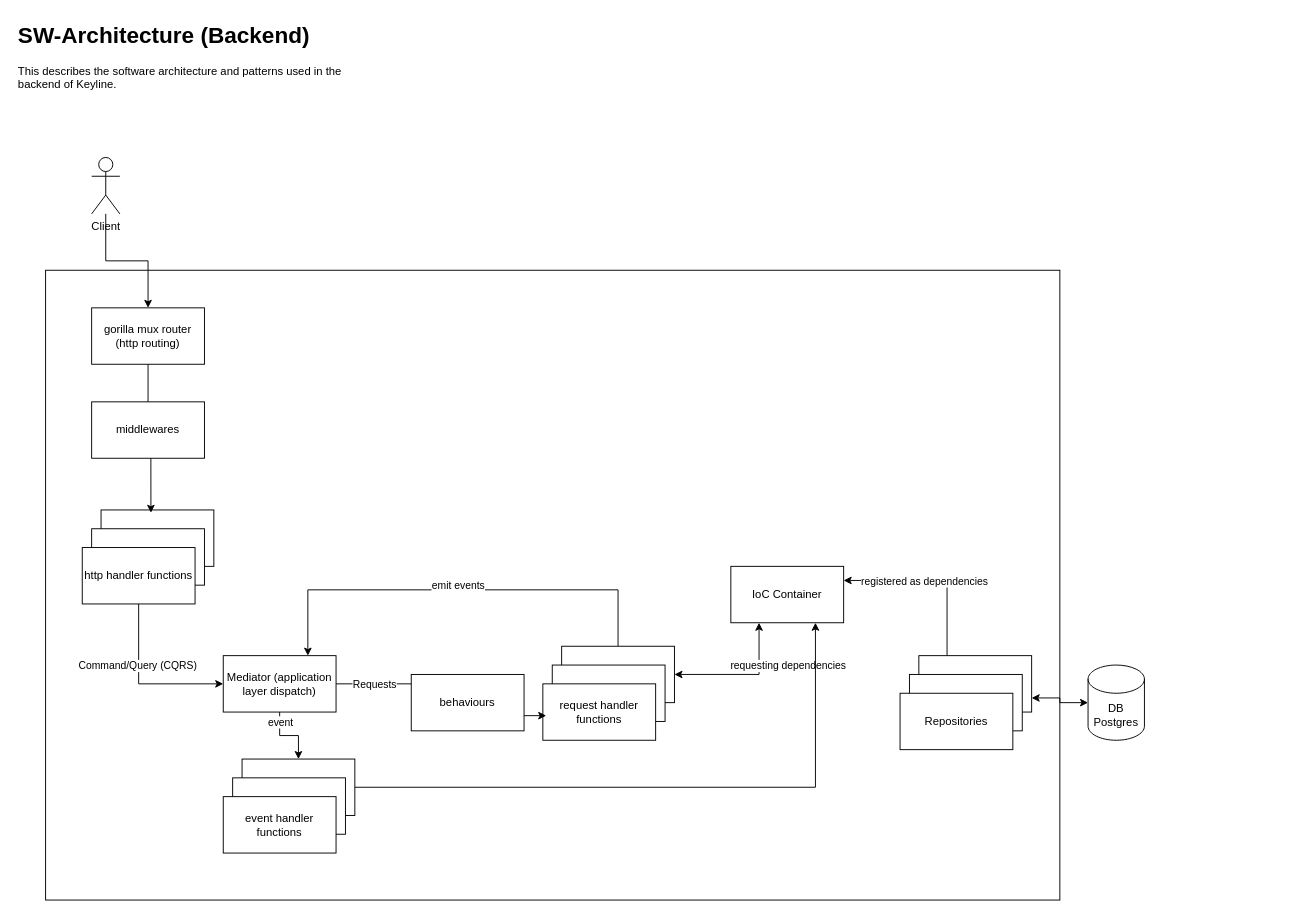
Earlier version of the draw.io diagram documentation/ApplicationArchitecture.drawio (The127/Keyline). Source tidied: cells renumbered, new cells numbered last; positions are measured from the earlier drawing's top-left corner, leaving out a move shared by most shapes. Both pictures are drawn from the tidied source at 94%, with x=0, y=0 at pixel (16, 16).
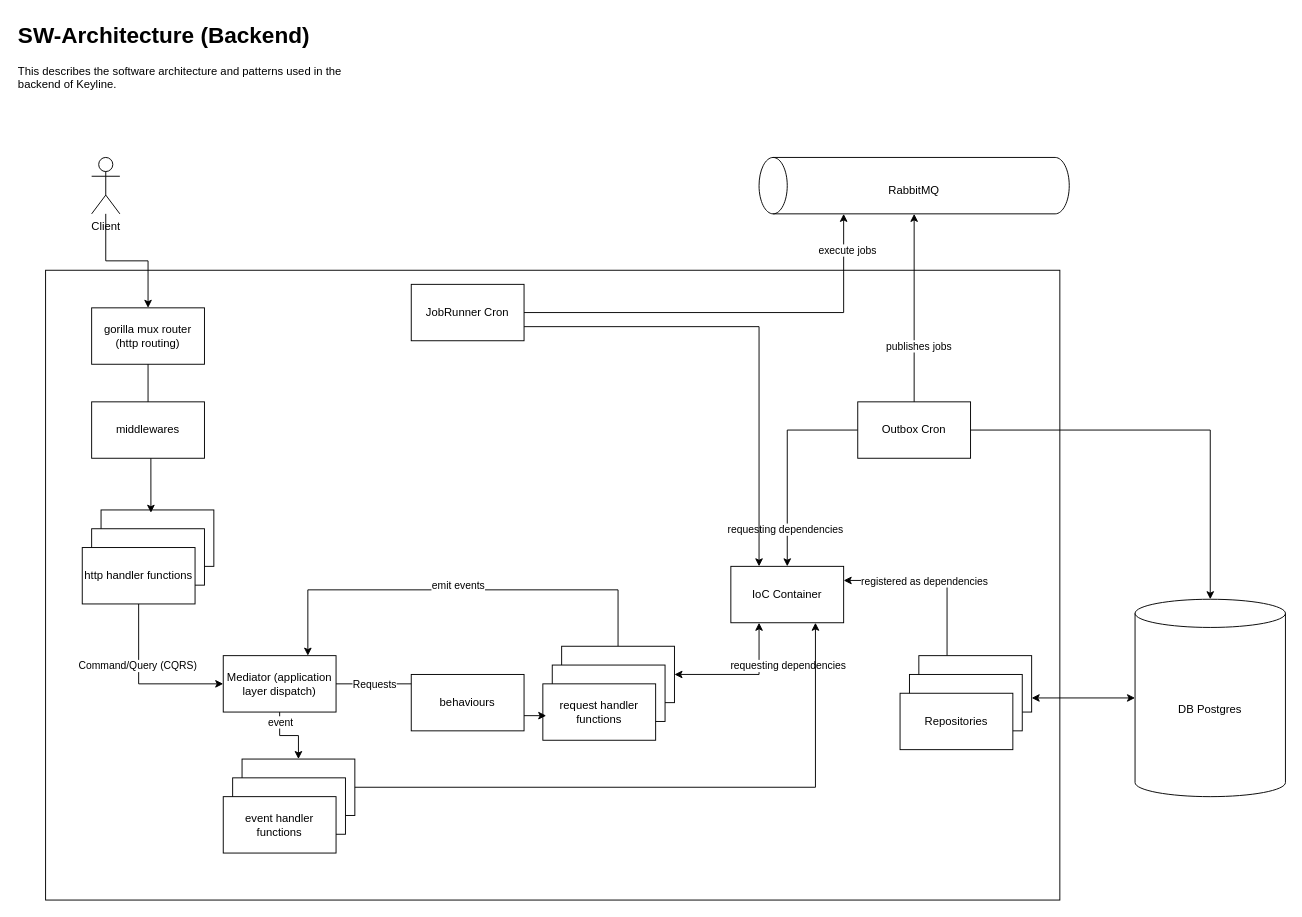
Above is the later version.

Commit message:
update architecture diagram with outbox handling

Unchanged cells that the change refers to:
```xml
<mxCell id="34" value="IoC Container" style="rounded=0;whiteSpace=wrap;html=1;" parent="1" vertex="1">
  <mxGeometry x="760" y="585" width="120" height="60" as="geometry" />
</mxCell>
```

Diff of the diagram source:
```diff
@@
     <mxCell id="28" value="DB Postgres" style="shape=cylinder3;whiteSpace=wrap;html=1;boundedLbl=1;backgroundOutline=1;size=15;" parent="1" vertex="1">
-      <mxGeometry x="1140" y="690" width="60" height="80" as="geometry" />
+      <mxGeometry x="1190" y="620" width="160" height="210" as="geometry" />
     </mxCell>
@@
+    <mxCell id="39" style="edgeStyle=orthogonalEdgeStyle;rounded=0;jettySize=auto;html=1;entryX=0.5;entryY=0;entryDx=0;entryDy=0;" parent="1" edge="1" source="40" target="34">
+      <mxGeometry relative="1" as="geometry" />
+    </mxCell>
+    <mxCell id="40" value="Outbox Cron" style="rounded=0;whiteSpace=wrap;html=1;" parent="1" vertex="1">
+      <mxGeometry x="895" y="410" width="120" height="60" as="geometry" />
+    </mxCell>
+    <mxCell id="41" style="edgeStyle=orthogonalEdgeStyle;rounded=0;jettySize=auto;html=1;entryX=0.5;entryY=0;entryDx=0;entryDy=0;entryPerimeter=0;" parent="1" edge="1" source="40" target="28">
+      <mxGeometry relative="1" as="geometry" />
+    </mxCell>
+    <mxCell id="42" style="shape=cylinder3;whiteSpace=wrap;html=1;boundedLbl=1;backgroundOutline=1;size=15;rotation=-90;" parent="1" vertex="1">
+      <mxGeometry x="925" y="15" width="60" height="330" as="geometry" />
+    </mxCell>
+    <mxCell id="43" value="RabbitMQ" style="text;html=1;align=center;verticalAlign=middle;whiteSpace=wrap;rounded=0;" parent="1" vertex="1">
+      <mxGeometry x="925" y="170" width="60" height="30" as="geometry" />
+    </mxCell>
+    <mxCell id="44" style="edgeStyle=orthogonalEdgeStyle;rounded=0;jettySize=auto;html=1;exitX=0.5;exitY=0;exitDx=0;exitDy=0;entryX=0;entryY=0.5;entryDx=0;entryDy=0;entryPerimeter=0;" parent="1" edge="1" source="40" target="42">
+      <mxGeometry relative="1" as="geometry" />
+    </mxCell>
+    <mxCell id="45" value="publishes jobs" style="edgeLabel;html=1;align=center;verticalAlign=middle;" parent="44" vertex="1">
+      <mxGeometry x="-0.4" y="-4" relative="1" as="geometry" />
+    </mxCell>
+    <mxCell id="46" value="requesting dependencies" style="edgeLabel;html=1;align=center;verticalAlign=middle;" parent="1" vertex="1">
+      <mxGeometry x="817" y="545" as="geometry" />
+    </mxCell>
+    <mxCell id="47" style="edgeStyle=orthogonalEdgeStyle;rounded=0;jettySize=auto;html=1;entryX=0.25;entryY=0;entryDx=0;entryDy=0;" parent="1" edge="1" source="48" target="34">
+      <mxGeometry relative="1" as="geometry">
+        <Array as="points">
+          <mxPoint x="790" y="330" />
+        </Array>
+      </mxGeometry>
+    </mxCell>
+    <mxCell id="48" value="JobRunner Cron" style="rounded=0;whiteSpace=wrap;html=1;" parent="1" vertex="1">
+      <mxGeometry x="420" y="285" width="120" height="60" as="geometry" />
+    </mxCell>
+    <mxCell id="49" style="edgeStyle=orthogonalEdgeStyle;rounded=0;jettySize=auto;html=1;entryX=0;entryY=0;entryDx=0;entryDy=90;entryPerimeter=0;" parent="1" edge="1" source="48" target="42">
+      <mxGeometry relative="1" as="geometry" />
+    </mxCell>
+    <mxCell id="50" value="execute jobs" style="edgeLabel;html=1;align=center;verticalAlign=middle;" parent="49" vertex="1">
+      <mxGeometry x="0.83" y="-3" relative="1" as="geometry" />
+    </mxCell>
```
